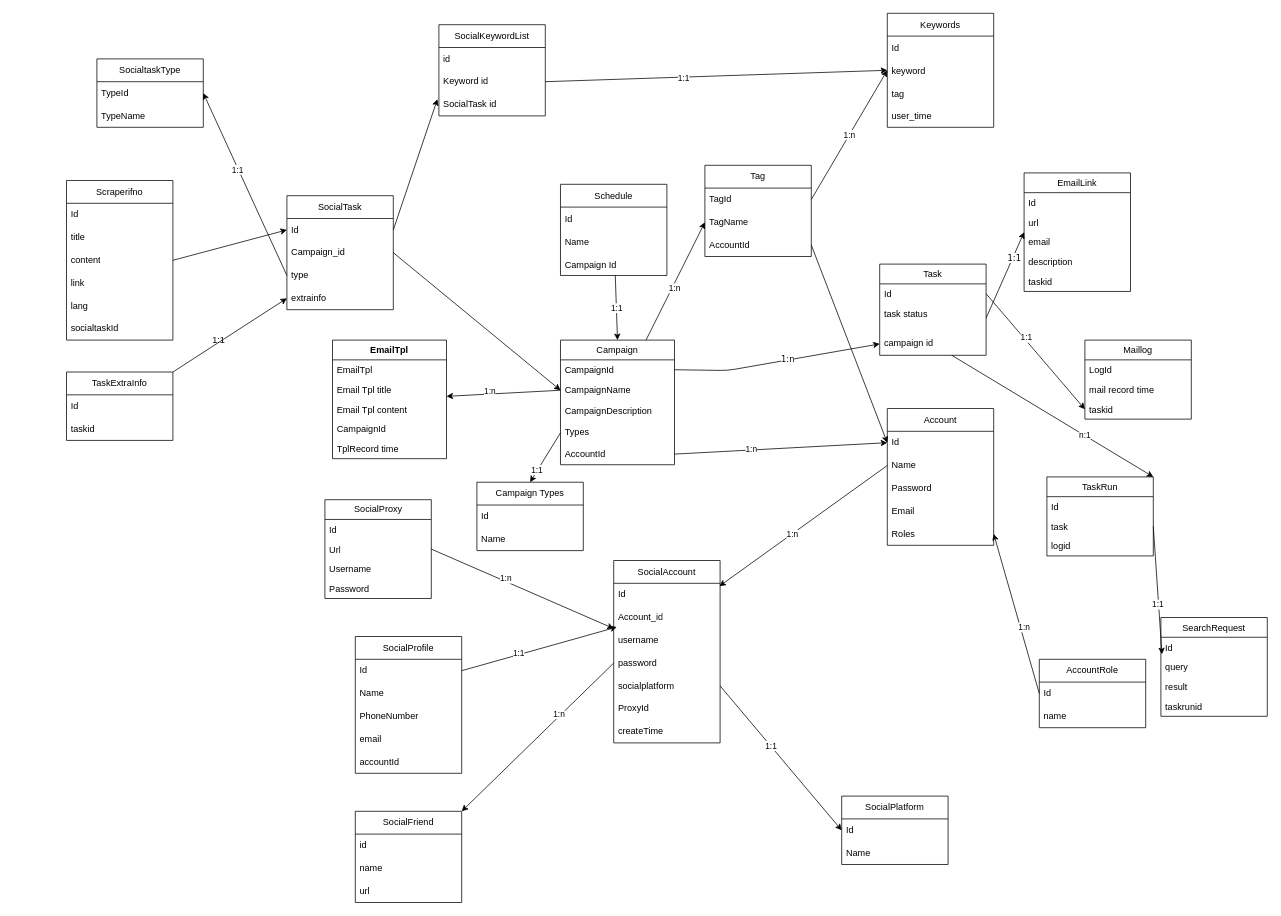
Earlier version of the draw.io diagram doc/class.drawio (robertzengcn/marketing). Source tidied: cells renumbered, new cells numbered last; positions are measured from the earlier drawing's top-left corner, leaving out a move shared by most shapes. Both pictures are drawn from the tidied source at 76%, with x=0, y=0 at pixel (66, 13).
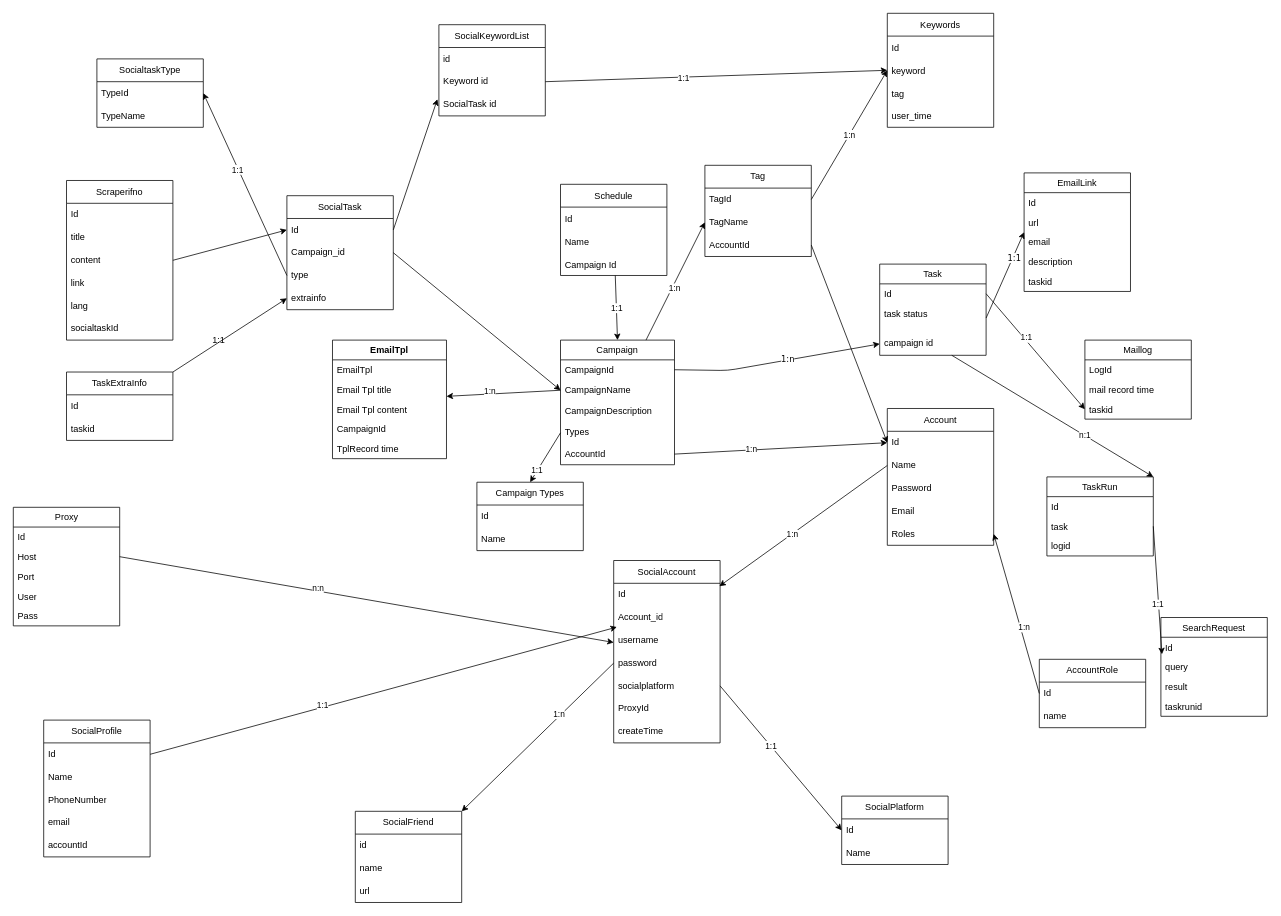
The same diagram, later.

Commit message (it also covers changes not shown here):
prepare update social account proxy

The change refers to these unchanged cells:
```xml
<mxCell id="91" style="edgeStyle=none;html=1;exitX=1;exitY=0.5;exitDx=0;exitDy=0;" parent="1" edge="1" source="88" target="59">
  <mxGeometry relative="1" as="geometry" />
</mxCell>
```

What changed in the source:
```diff
@@
     <mxCell id="76" value="SocialProfile" style="swimlane;fontStyle=0;horizontal=1;startSize=30;whiteSpace=wrap;html=1;" parent="1" vertex="1">
-      <mxGeometry x="380" y="820" width="140" height="180" as="geometry" />
+      <mxGeometry x="-30" y="930" width="140" height="180" as="geometry" />
     </mxCell>
@@
-    <mxCell id="86" value="SocialProxy" style="swimlane;fontStyle=0;horizontal=1;startSize=26;fillColor=none;html=1;" parent="1" vertex="1">
-      <mxGeometry x="340" y="640" width="140" height="130" as="geometry" />
+    <mxCell id="86" value="Proxy" style="swimlane;fontStyle=0;horizontal=1;startSize=26;fillColor=none;html=1;" parent="1" vertex="1">
+      <mxGeometry x="-70" y="650" width="140" height="156" as="geometry" />
     </mxCell>
@@
-    <mxCell id="88" value="Url" style="text;strokeColor=none;fillColor=none;align=left;verticalAlign=top;spacingLeft=4;spacingRight=4;overflow=hidden;points=[[0,0.5],[1,0.5]];portConstraint=eastwest;whiteSpace=wrap;html=1;" parent="86" vertex="1">
+    <mxCell id="88" value="Host" style="text;strokeColor=none;fillColor=none;align=left;verticalAlign=top;spacingLeft=4;spacingRight=4;overflow=hidden;points=[[0,0.5],[1,0.5]];portConstraint=eastwest;whiteSpace=wrap;html=1;" parent="86" vertex="1">
       <mxGeometry y="52" width="140" height="26" as="geometry" />
     </mxCell>
-    <mxCell id="89" value="Username" style="text;strokeColor=none;fillColor=none;align=left;verticalAlign=top;spacingLeft=4;spacingRight=4;overflow=hidden;whiteSpace=wrap;html=1;" parent="86" vertex="1">
+    <mxCell id="89" value="Port" style="text;strokeColor=none;fillColor=none;align=left;verticalAlign=top;spacingLeft=4;spacingRight=4;overflow=hidden;whiteSpace=wrap;html=1;" parent="86" vertex="1">
       <mxGeometry y="78" width="140" height="26" as="geometry" />
     </mxCell>
-    <mxCell id="90" value="Password" style="text;strokeColor=none;fillColor=none;align=left;verticalAlign=top;spacingLeft=4;spacingRight=4;overflow=hidden;whiteSpace=wrap;html=1;" parent="86" vertex="1">
+    <mxCell id="90" value="User" style="text;strokeColor=none;fillColor=none;align=left;verticalAlign=top;spacingLeft=4;spacingRight=4;overflow=hidden;whiteSpace=wrap;html=1;" parent="86" vertex="1">
       <mxGeometry y="104" width="140" height="26" as="geometry" />
     </mxCell>
+    <mxCell id="152" value="Pass" style="text;strokeColor=none;fillColor=none;align=left;verticalAlign=top;spacingLeft=4;spacingRight=4;overflow=hidden;whiteSpace=wrap;html=1;" parent="86" vertex="1">
+      <mxGeometry y="130" width="140" height="26" as="geometry" />
+    </mxCell>
@@
-    <mxCell id="92" value="1:n" style="edgeLabel;html=1;align=center;verticalAlign=middle;" parent="91" vertex="1">
+    <mxCell id="92" value="n:n" style="edgeLabel;html=1;align=center;verticalAlign=middle;" parent="91" vertex="1">
       <mxGeometry x="-0.2" y="3" relative="1" as="geometry">
         <mxPoint y="-1" as="offset" />
       </mxGeometry>
     </mxCell>
```
